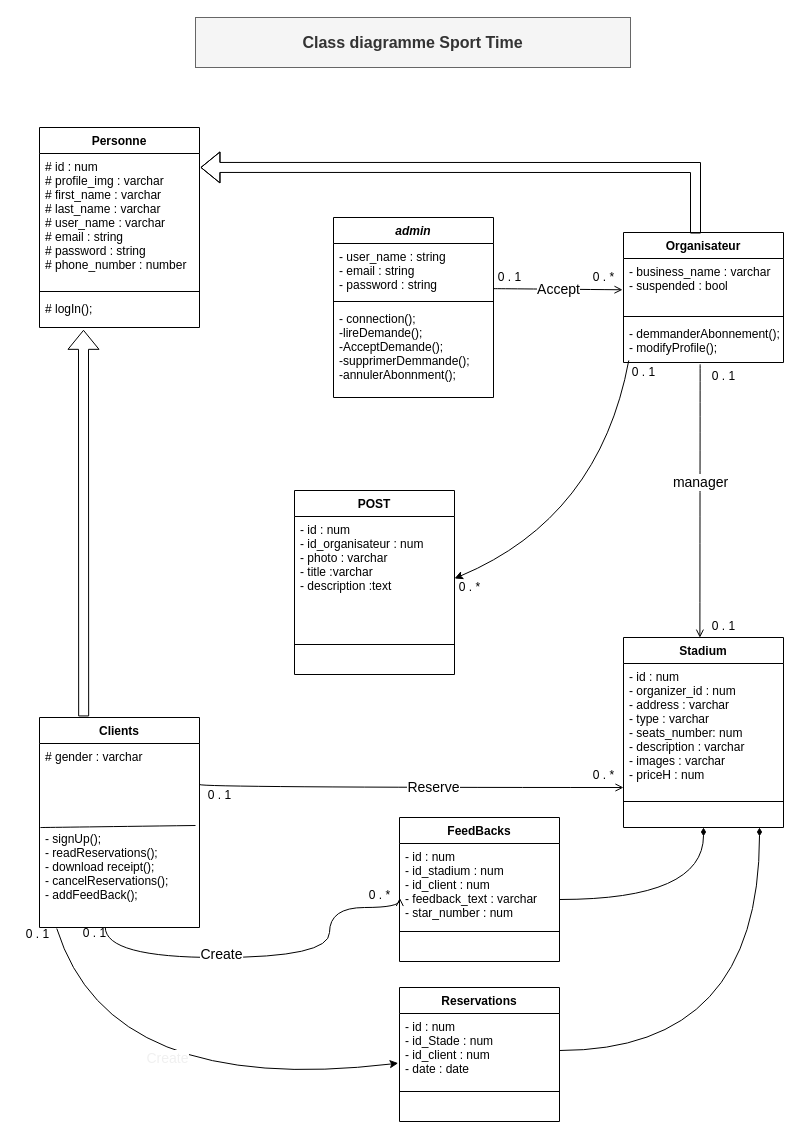
StailiAbdessalam/file-roue-sport-time- keeps this draw.io diagram as CDC & Consiption/Class.drawio. Above is the earlier version. Source tidied: cells renumbered, new cells numbered last; positions are measured from the earlier drawing's top-left corner, leaving out a move shared by most shapes. Both pictures are drawn from the tidied source at 100%, with x=0, y=0 at pixel (17, 17).
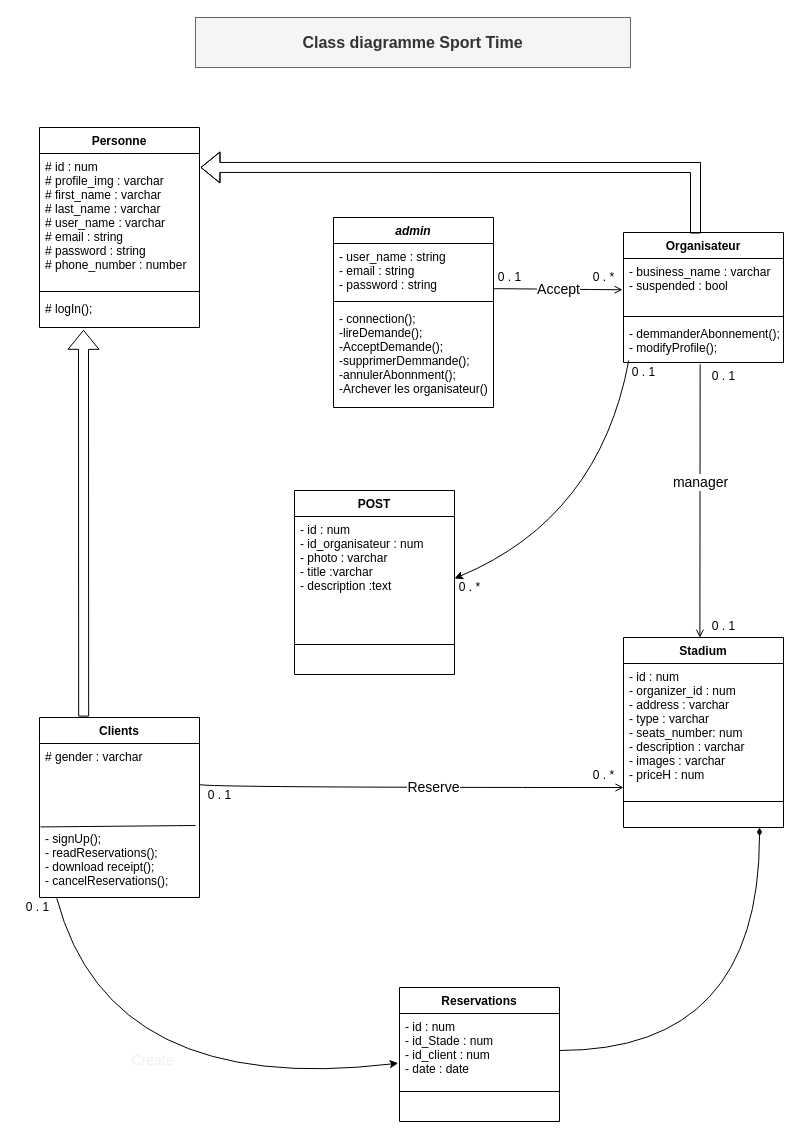
The same page after the edit.

The change refers to these unchanged cells:
```xml
<mxCell id="11" value="Stadium" style="swimlane;fontStyle=1;align=center;verticalAlign=top;horizontal=1;startSize=26;rounded=0;shadow=0;strokeWidth=1;" parent="1" vertex="1">
  <mxGeometry x="606" y="620" width="160" height="190" as="geometry" />
</mxCell>
```

Change to the diagram source:
```diff
@@
     <mxCell id="3" value="admin" style="swimlane;fontStyle=3;align=center;verticalAlign=top;horizontal=1;startSize=26;rounded=0;shadow=0;strokeWidth=1;" parent="1" vertex="1">
-      <mxGeometry x="316" y="200" width="160" height="180" as="geometry" />
+      <mxGeometry x="316" y="200" width="160" height="190" as="geometry" />
     </mxCell>
@@
-    <mxCell id="6" value="- connection();&#10;-lireDemande();&#10;-AcceptDemande();&#10;-supprimerDemmande();&#10;-annulerAbonnment();" style="text;align=left;verticalAlign=top;spacingLeft=4;spacingRight=4;overflow=hidden;rounded=0;" parent="3" vertex="1">
-      <mxGeometry y="88" width="160" height="82" as="geometry" />
+    <mxCell id="6" value="- connection();&#10;-lireDemande();&#10;-AcceptDemande();&#10;-supprimerDemmande();&#10;-annulerAbonnment();&#10;-Archever les organisateur()" style="text;align=left;verticalAlign=top;spacingLeft=4;spacingRight=4;overflow=hidden;rounded=0;" parent="3" vertex="1">
+      <mxGeometry y="88" width="160" height="100" as="geometry" />
     </mxCell>
     <mxCell id="7" value="Clients" style="swimlane;fontStyle=1;align=center;verticalAlign=top;horizontal=1;startSize=26;rounded=0;shadow=0;strokeWidth=1;" parent="1" vertex="1">
-      <mxGeometry x="22" y="700" width="160" height="210" as="geometry" />
+      <mxGeometry x="22" y="700" width="160" height="180" as="geometry" />
     </mxCell>
@@
-    <mxCell id="10" value="- signUp();&#10;- readReservations();&#10;- download receipt();&#10;- cancelReservations();&#10;- addFeedBack();" style="text;align=left;verticalAlign=top;spacingLeft=4;spacingRight=4;overflow=hidden;points=[[0,0.5],[1,0.5]];portConstraint=eastwest;rounded=0;" parent="7" vertex="1">
-      <mxGeometry y="108" width="160" height="102" as="geometry" />
+    <mxCell id="10" value="- signUp();&#10;- readReservations();&#10;- download receipt();&#10;- cancelReservations();" style="text;align=left;verticalAlign=top;spacingLeft=4;spacingRight=4;overflow=hidden;points=[[0,0.5],[1,0.5]];portConstraint=eastwest;rounded=0;" parent="7" vertex="1">
+      <mxGeometry y="108" width="160" height="72" as="geometry" />
     </mxCell>
@@
-    <mxCell id="28" value="FeedBacks" style="swimlane;fontStyle=1;align=center;verticalAlign=top;horizontal=1;startSize=26;rounded=0;" parent="1" vertex="1">
-      <mxGeometry x="382" y="800" width="160" height="144" as="geometry" />
-    </mxCell>
-    <mxCell id="29" value="- id : num&#10;- id_stadium : num&#10;- id_client : num&#10;- feedback_text : varchar&#10;- star_number : num" style="text;strokeColor=none;fillColor=none;align=left;verticalAlign=top;spacingLeft=4;spacingRight=4;overflow=hidden;points=[[0,0.5],[1,0.5]];portConstraint=eastwest;rounded=0;" parent="28" vertex="1">
-      <mxGeometry y="26" width="160" height="84" as="geometry" />
-    </mxCell>
-    <mxCell id="30" style="line;strokeWidth=1;fillColor=none;align=left;verticalAlign=middle;spacingTop=-1;spacingLeft=3;spacingRight=3;labelPosition=right;rounded=0;" parent="28" vertex="1">
-      <mxGeometry y="110" width="160" height="8" as="geometry" />
-    </mxCell>
-    <mxCell id="31" value="  " style="text;strokeColor=none;fillColor=none;align=left;verticalAlign=top;spacingLeft=4;spacingRight=4;overflow=hidden;rounded=0;" parent="28" vertex="1">
-      <mxGeometry y="118" width="160" height="26" as="geometry" />
-    </mxCell>
-    <mxCell id="32" style="edgeStyle=orthogonalEdgeStyle;html=1;entryX=0.002;entryY=0.648;entryDx=0;entryDy=0;entryPerimeter=0;endArrow=open;endFill=0;exitX=0.411;exitY=0.996;exitDx=0;exitDy=0;exitPerimeter=0;rounded=0;curved=1;" parent="1" edge="1" source="10" target="29">
-      <mxGeometry relative="1" as="geometry">
-        <Array as="points">
-          <mxPoint x="88" y="940" />
-          <mxPoint x="312" y="940" />
-          <mxPoint x="312" y="890" />
-          <mxPoint x="382" y="890" />
-        </Array>
-      </mxGeometry>
-    </mxCell>
-    <mxCell id="33" value="&lt;font style=&quot;font-size: 14px&quot;&gt;Create&lt;/font&gt;" style="edgeLabel;html=1;align=center;verticalAlign=middle;rounded=0;" parent="32" vertex="1">
-      <mxGeometry x="-0.24" y="4" relative="1" as="geometry" />
-    </mxCell>
@@
-    <mxCell id="35" value="0 . *" style="text;html=1;align=center;verticalAlign=middle;strokeColor=none;fillColor=none;rounded=0;" parent="1" vertex="1">
-      <mxGeometry x="342" y="868" width="40" height="20" as="geometry" />
-    </mxCell>
-    <mxCell id="36" style="edgeStyle=orthogonalEdgeStyle;html=1;entryX=0.5;entryY=1;entryDx=0;entryDy=0;fontSize=14;endArrow=diamondThin;endFill=1;rounded=0;curved=1;" parent="1" edge="1" source="29" target="11">
-      <mxGeometry relative="1" as="geometry">
-        <Array as="points">
-          <mxPoint x="686" y="882" />
-        </Array>
-      </mxGeometry>
-    </mxCell>
     <mxCell id="37" value="0 . 1" style="text;html=1;align=center;verticalAlign=middle;strokeColor=none;fillColor=none;rounded=0;" parent="1" vertex="1">
-      <mxGeometry y="907" width="40" height="20" as="geometry" />
+      <mxGeometry y="880" width="40" height="20" as="geometry" />
     </mxCell>
@@
-    <mxCell id="56" value="0 . 1" style="text;html=1;align=center;verticalAlign=middle;strokeColor=none;fillColor=none;rounded=0;" parent="1" vertex="1">
-      <mxGeometry x="57" y="906" width="40" height="20" as="geometry" />
-    </mxCell>
```
